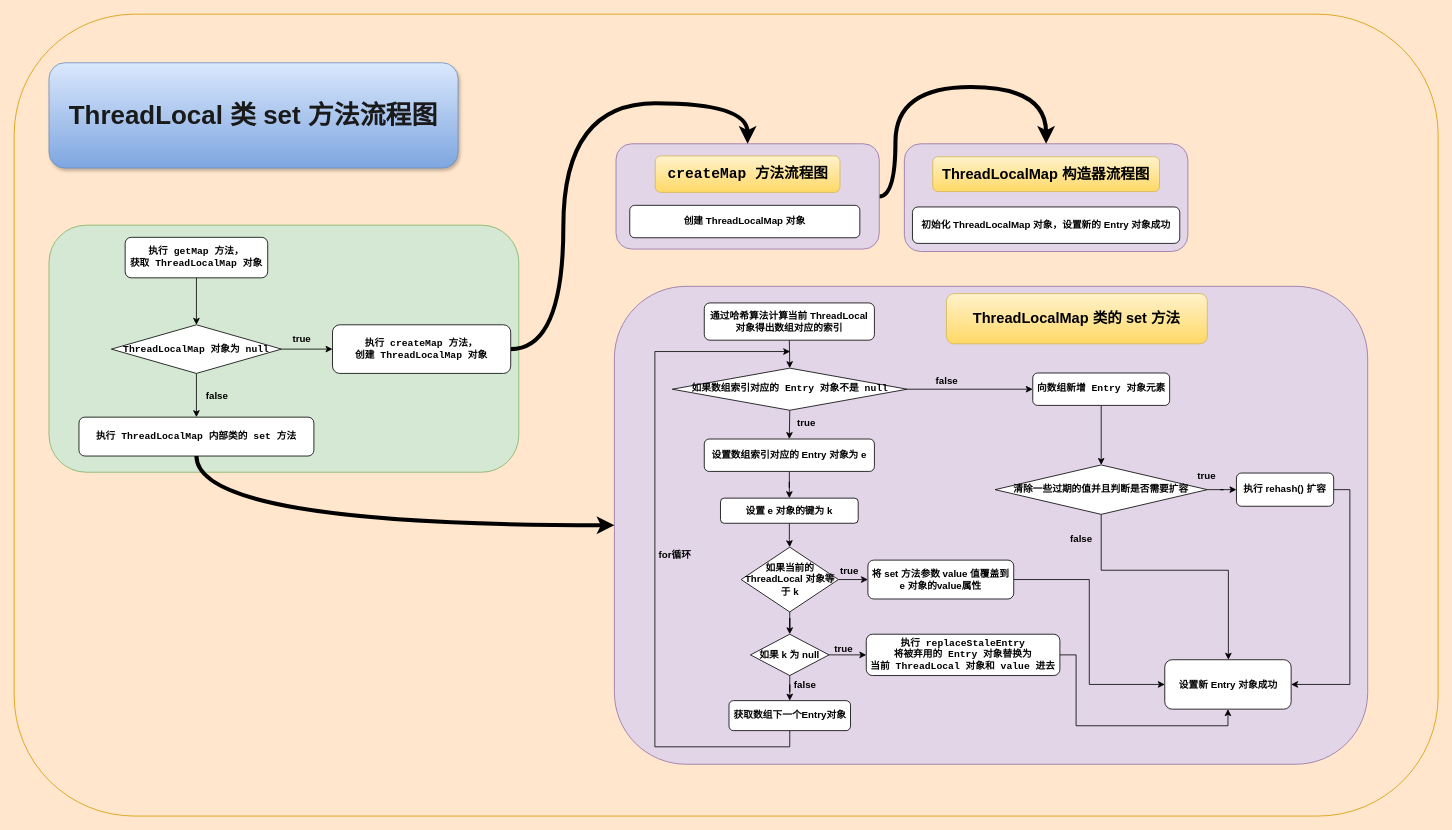
Before: Concurrent/ThreadLocal/ThreadLocal_set-UML2.drawio in Muggle666/PicGo, a draw.io diagram. Source tidied: cells renumbered, new cells numbered last; positions are measured from the earlier drawing's top-left corner, leaving out a move shared by most shapes. Both pictures are drawn from the tidied source at 81%, with x=0, y=0 at pixel (14, 14).
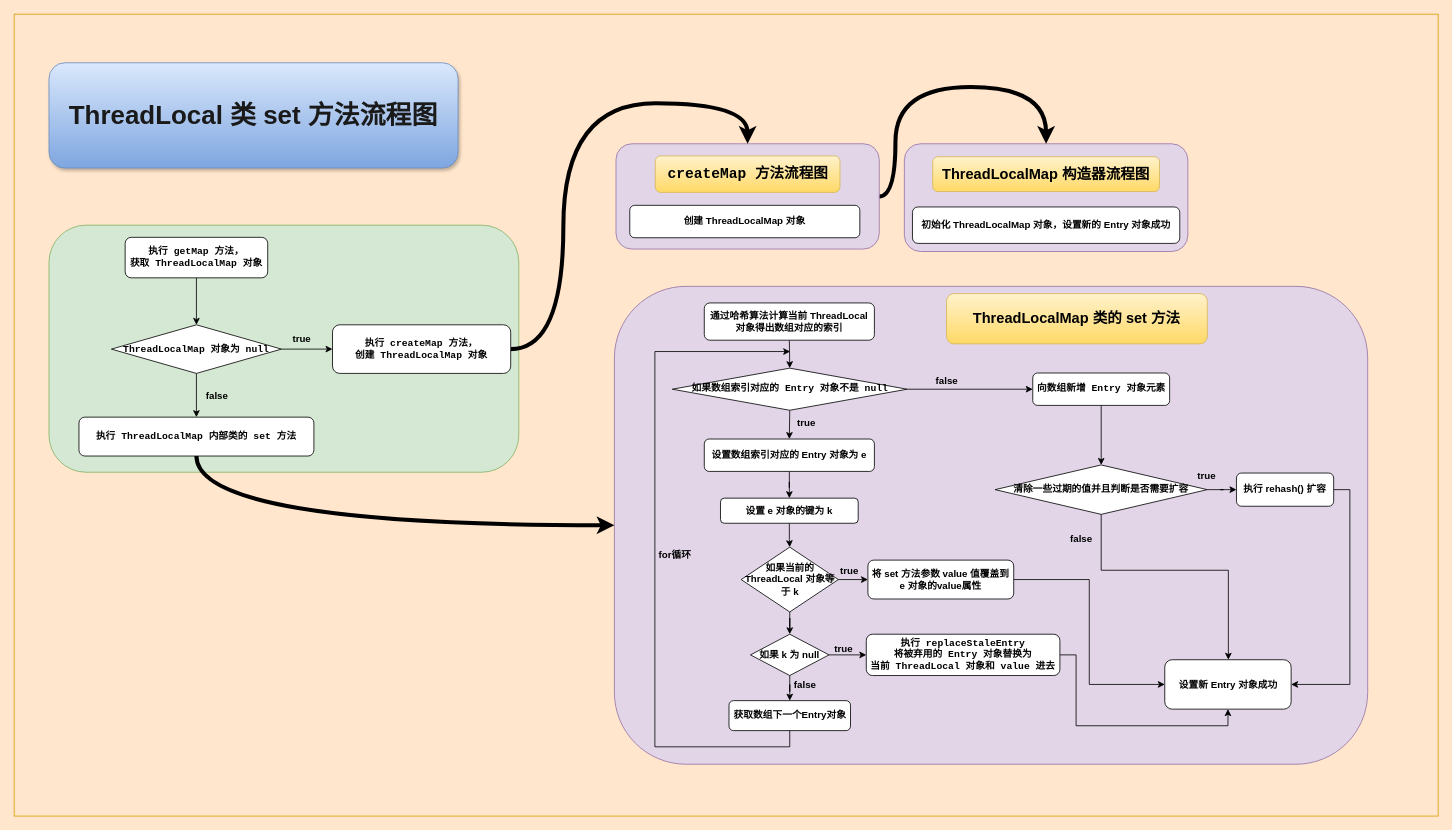
Above is the later version.

The edit, as a diff of the source:
```diff
@@
-    <mxCell id="2" style="rounded=1;whiteSpace=wrap;html=1;strokeWidth=1;fillColor=#ffe6cc;strokeColor=#d79b00;" parent="1" vertex="1">
+    <mxCell id="2" style="rounded=0;whiteSpace=wrap;html=1;strokeWidth=1;fillColor=#ffe6cc;strokeColor=#d79b00;" parent="1" vertex="1">
       <mxGeometry width="1758" height="990" as="geometry" />
     </mxCell>
```
